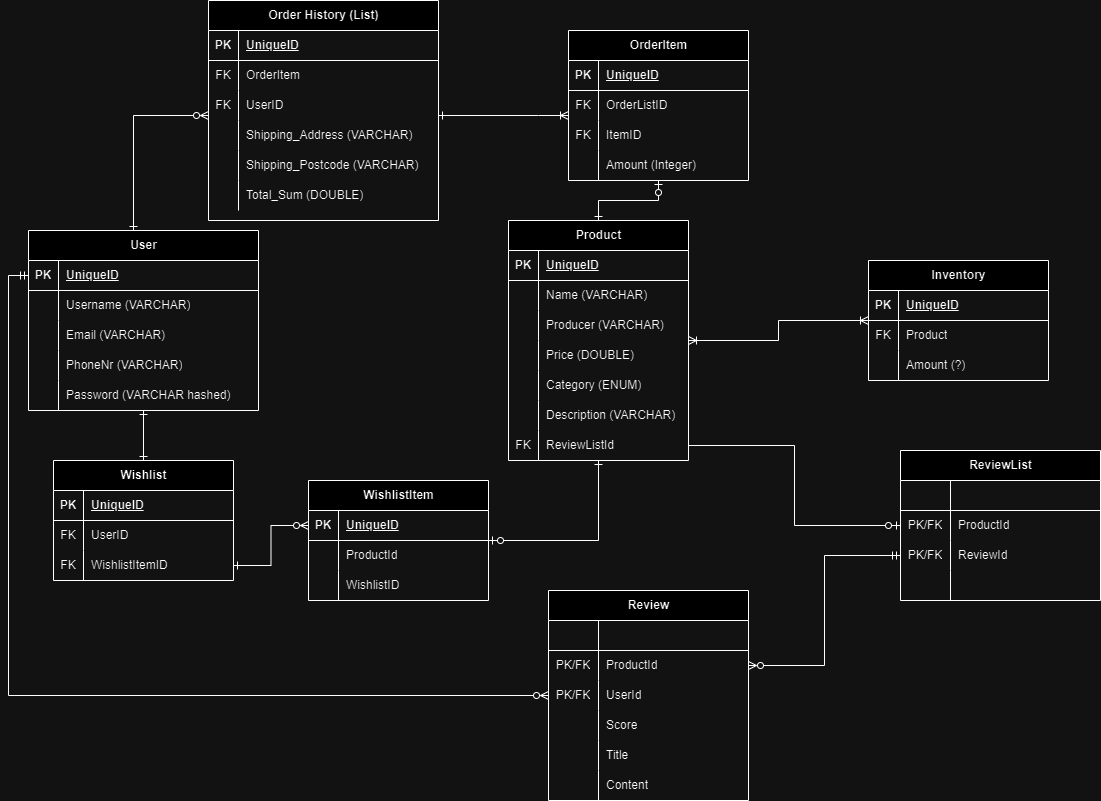
This is Documentation/ER diagram.png from TheGrevling/Project-Marketplace-Backend, a draw.io export, as it was before one commit. Source tidied: cells renumbered, new cells last; positions are measured from the earlier drawing's top-left corner, leaving out a move shared by most shapes.
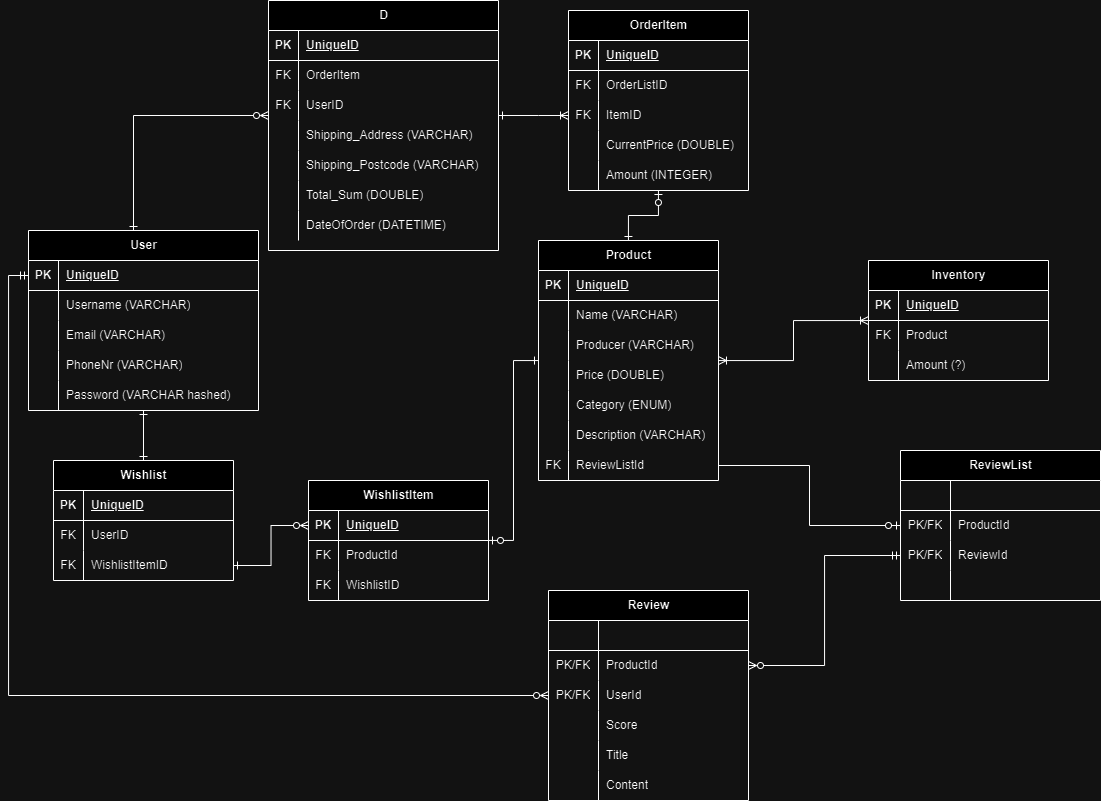
The same file after the commit.

Change to the diagram source:
```diff
@@ -68,8 +68,8 @@
         </Array>
       </mxGeometry>
     </mxCell>
-    <mxCell id="21" value="Order History (List)" style="shape=table;startSize=30;rowLines=0;fontStyle=1;align=center;html=1;" parent="1" vertex="1">
-      <mxGeometry x="180" width="230" height="220" as="geometry" />
+    <mxCell id="21" value="D" style="shape=table;startSize=30;rowLines=0;fontStyle=1;align=center;html=1;" parent="1" vertex="1">
+      <mxGeometry x="240" width="230" height="250" as="geometry" />
     </mxCell>
     <mxCell id="22" style="shape=tableRow;horizontal=0;startSize=0;swimlaneHead=0;swimlaneBody=0;fillColor=none;top=0;left=0;right=0;bottom=1;" parent="21" vertex="1">
       <mxGeometry y="30" width="230" height="30" as="geometry" />
@@ -125,11 +125,20 @@
     <mxCell id="39" value="Total_Sum (DOUBLE)" style="shape=partialRectangle;fillColor=none;top=0;left=0;bottom=0;right=0;align=left;spacingLeft=6;overflow=hidden;whiteSpace=wrap;html=1;" parent="37" vertex="1">
       <mxGeometry x="30" width="200" height="30" as="geometry" />
     </mxCell>
+    <mxCell id="144" style="shape=tableRow;horizontal=0;startSize=0;swimlaneHead=0;swimlaneBody=0;fillColor=none;top=0;left=0;right=0;bottom=0;" parent="21" vertex="1">
+      <mxGeometry y="210" width="230" height="30" as="geometry" />
+    </mxCell>
+    <mxCell id="145" style="shape=partialRectangle;fillColor=none;top=0;left=0;bottom=0;right=0;overflow=hidden;whiteSpace=wrap;html=1;" parent="144" vertex="1">
+      <mxGeometry width="30" height="30" as="geometry" />
+    </mxCell>
+    <mxCell id="146" value="DateOfOrder (DATETIME)" style="shape=partialRectangle;fillColor=none;top=0;left=0;bottom=0;right=0;align=left;spacingLeft=6;overflow=hidden;whiteSpace=wrap;html=1;" parent="144" vertex="1">
+      <mxGeometry x="30" width="200" height="30" as="geometry" />
+    </mxCell>
     <mxCell id="40" style="edgeStyle=orthogonalEdgeStyle;rounded=0;jettySize=auto;html=1;startArrow=ERone;startFill=0;endArrow=ERzeroToOne;endFill=0;" parent="1" edge="1" source="41" target="96">
       <mxGeometry relative="1" as="geometry" />
     </mxCell>
     <mxCell id="41" value="Product" style="shape=table;startSize=30;rowLines=0;fontStyle=1;align=center;html=1;" parent="1" vertex="1">
-      <mxGeometry x="480" y="220" width="180" height="240" as="geometry" />
+      <mxGeometry x="510" y="240" width="180" height="240" as="geometry" />
     </mxCell>
     <mxCell id="42" style="shape=tableRow;horizontal=0;startSize=0;swimlaneHead=0;swimlaneBody=0;fillColor=none;top=0;left=0;right=0;bottom=1;" parent="41" vertex="1">
       <mxGeometry y="30" width="180" height="30" as="geometry" />
@@ -278,7 +287,7 @@
     <mxCell id="90" style="shape=tableRow;horizontal=0;startSize=0;swimlaneHead=0;swimlaneBody=0;fillColor=none;top=0;left=0;right=0;bottom=0;" parent="86" vertex="1">
       <mxGeometry y="60" width="180" height="30" as="geometry" />
     </mxCell>
-    <mxCell id="91" style="shape=partialRectangle;fillColor=none;top=0;left=0;bottom=0;right=0;overflow=hidden;whiteSpace=wrap;html=1;" parent="90" vertex="1">
+    <mxCell id="91" value="FK" style="shape=partialRectangle;fillColor=none;top=0;left=0;bottom=0;right=0;overflow=hidden;whiteSpace=wrap;html=1;" parent="90" vertex="1">
       <mxGeometry width="30" height="30" as="geometry" />
     </mxCell>
     <mxCell id="92" value="ProductId" style="shape=partialRectangle;fillColor=none;top=0;left=0;bottom=0;right=0;align=left;spacingLeft=6;overflow=hidden;whiteSpace=wrap;html=1;" parent="90" vertex="1">
@@ -287,14 +296,14 @@
     <mxCell id="93" style="shape=tableRow;horizontal=0;startSize=0;swimlaneHead=0;swimlaneBody=0;fillColor=none;top=0;left=0;right=0;bottom=0;" parent="86" vertex="1">
       <mxGeometry y="90" width="180" height="30" as="geometry" />
     </mxCell>
-    <mxCell id="94" style="shape=partialRectangle;fillColor=none;top=0;left=0;bottom=0;right=0;overflow=hidden;whiteSpace=wrap;html=1;" parent="93" vertex="1">
+    <mxCell id="94" value="FK" style="shape=partialRectangle;fillColor=none;top=0;left=0;bottom=0;right=0;overflow=hidden;whiteSpace=wrap;html=1;" parent="93" vertex="1">
       <mxGeometry width="30" height="30" as="geometry" />
     </mxCell>
     <mxCell id="95" value="WishlistID" style="shape=partialRectangle;fillColor=none;top=0;left=0;bottom=0;right=0;align=left;spacingLeft=6;overflow=hidden;whiteSpace=wrap;html=1;" parent="93" vertex="1">
       <mxGeometry x="30" width="150" height="30" as="geometry" />
     </mxCell>
     <mxCell id="96" value="OrderItem" style="shape=table;startSize=30;rowLines=0;fontStyle=1;align=center;html=1;" parent="1" vertex="1">
-      <mxGeometry x="540" y="30" width="180" height="150" as="geometry" />
+      <mxGeometry x="540" y="10" width="180" height="180" as="geometry" />
     </mxCell>
     <mxCell id="97" style="shape=tableRow;horizontal=0;startSize=0;swimlaneHead=0;swimlaneBody=0;fillColor=none;top=0;left=0;right=0;bottom=1;" parent="96" vertex="1">
       <mxGeometry y="30" width="180" height="30" as="geometry" />
@@ -329,9 +338,18 @@
     <mxCell id="107" style="shape=partialRectangle;fillColor=none;top=0;left=0;bottom=0;right=0;overflow=hidden;whiteSpace=wrap;html=1;" parent="106" vertex="1">
       <mxGeometry width="30" height="30" as="geometry" />
     </mxCell>
-    <mxCell id="108" value="Amount (Integer)" style="shape=partialRectangle;fillColor=none;top=0;left=0;bottom=0;right=0;align=left;spacingLeft=6;overflow=hidden;whiteSpace=wrap;html=1;" parent="106" vertex="1">
+    <mxCell id="108" value="CurrentPrice (DOUBLE)" style="shape=partialRectangle;fillColor=none;top=0;left=0;bottom=0;right=0;align=left;spacingLeft=6;overflow=hidden;whiteSpace=wrap;html=1;" parent="106" vertex="1">
       <mxGeometry x="30" width="150" height="30" as="geometry" />
     </mxCell>
+    <mxCell id="147" style="shape=tableRow;horizontal=0;startSize=0;swimlaneHead=0;swimlaneBody=0;fillColor=none;top=0;left=0;right=0;bottom=0;" parent="96" vertex="1">
+      <mxGeometry y="150" width="180" height="30" as="geometry" />
+    </mxCell>
+    <mxCell id="148" style="shape=partialRectangle;fillColor=none;top=0;left=0;bottom=0;right=0;overflow=hidden;whiteSpace=wrap;html=1;" parent="147" vertex="1">
+      <mxGeometry width="30" height="30" as="geometry" />
+    </mxCell>
+    <mxCell id="149" value="Amount (INTEGER)" style="shape=partialRectangle;fillColor=none;top=0;left=0;bottom=0;right=0;align=left;spacingLeft=6;overflow=hidden;whiteSpace=wrap;html=1;" parent="147" vertex="1">
+      <mxGeometry x="30" width="150" height="30" as="geometry" />
+    </mxCell>
     <mxCell id="109" value="ReviewList" style="shape=table;startSize=30;rowLines=0;fontStyle=1;align=center;html=1;" parent="1" vertex="1">
       <mxGeometry x="872" y="450" width="200" height="150" as="geometry" />
     </mxCell>
```
